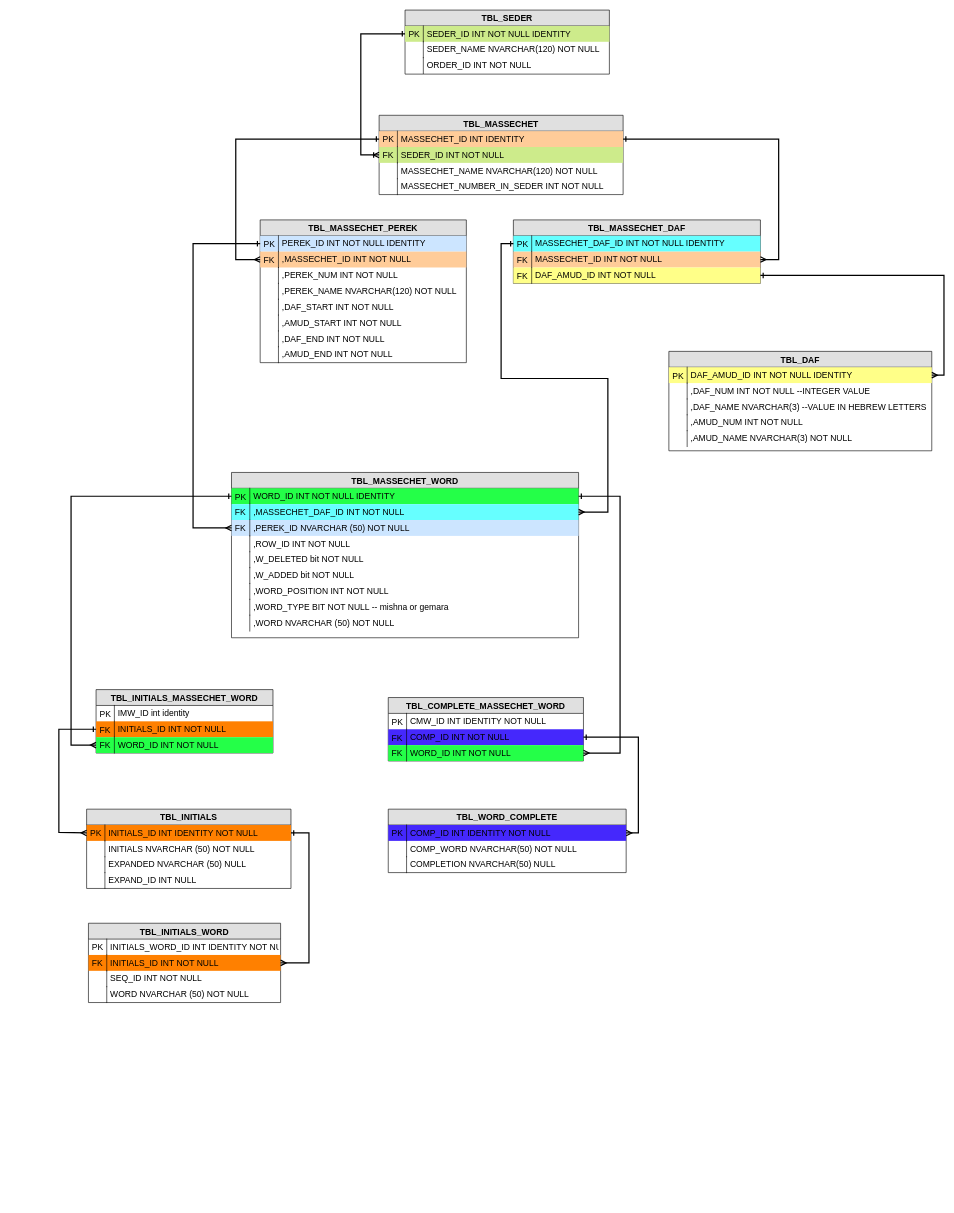
Earlier version of the draw.io diagram database/db_drawings/KimeTsion.drawio (mdanielov/limud-kodesh). Source tidied: cells renumbered, new cells numbered last; positions are measured from the earlier drawing's top-left corner, leaving out a move shared by most shapes. Both pictures are drawn from the tidied source at 61%, with x=0, y=0 at pixel (59, 10).
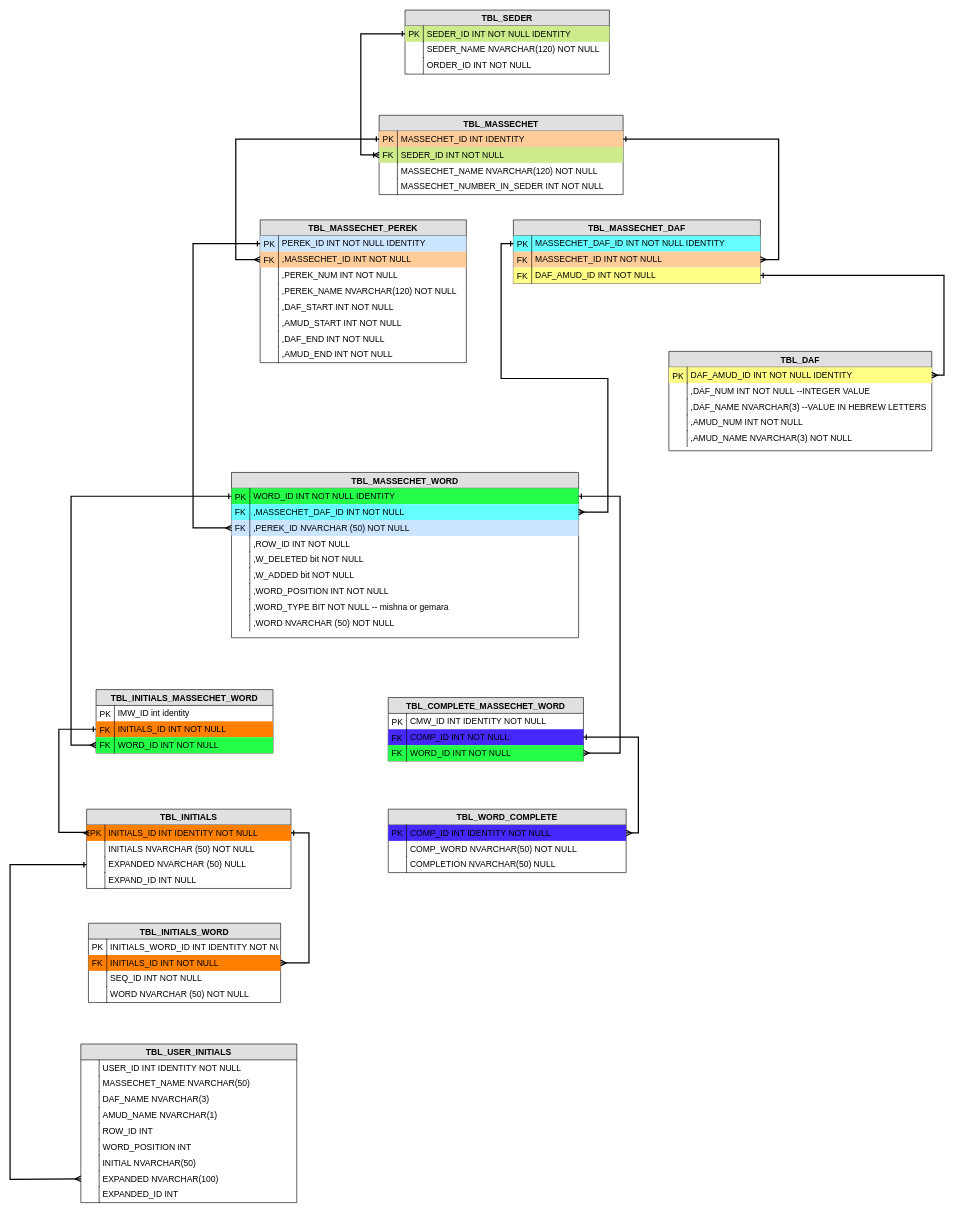
The same diagram, later.

The change refers to these unchanged cells:
```xml
<mxCell id="79" value="INITIALS_ID INT IDENTITY NOT NULL" style="shape=partialRectangle;top=0;left=0;right=0;bottom=0;align=left;verticalAlign=top;spacingTop=-2;fillColor=#FF8000;spacingLeft=34;spacingRight=4;overflow=hidden;points=[[0,0.5],[1,0.5]];portConstraint=eastwest;fontSize=14;strokeColor=#82b366;" parent="78" vertex="1">
  <mxGeometry y="26" width="335" height="26" as="geometry" />
</mxCell>
<mxCell id="83" value="EXPANDED NVARCHAR (50)  NULL" style="shape=partialRectangle;top=0;left=0;right=0;bottom=0;align=left;verticalAlign=top;spacingTop=-2;fillColor=none;spacingLeft=34;spacingRight=4;overflow=hidden;points=[[0,0.5],[1,0.5]];portConstraint=eastwest;fontSize=14;" parent="78" vertex="1">
  <mxGeometry y="78" width="335" height="26" as="geometry" />
</mxCell>
<mxCell id="106" value="INITIALS_ID INT NOT NULL" style="shape=partialRectangle;top=0;left=0;right=0;bottom=0;align=left;verticalAlign=top;spacingTop=-2;fillColor=#FF8000;spacingLeft=34;spacingRight=4;overflow=hidden;points=[[0,0.5],[1,0.5]];portConstraint=eastwest;fontSize=14;strokeColor=#6c8ebf;" parent="103" vertex="1">
  <mxGeometry y="52" width="290" height="26" as="geometry" />
</mxCell>
```

The edit, as a diff of the source:
```diff
@@
-    <mxCell id="118" style="edgeStyle=orthogonalEdgeStyle;rounded=0;jettySize=auto;html=1;exitX=0;exitY=0.5;exitDx=0;exitDy=0;entryX=0;entryY=0.5;entryDx=0;entryDy=0;startArrow=ERone;startFill=0;endArrow=ERmany;endFill=0;strokeWidth=2;" parent="1" edge="1" source="106" target="79">
+    <mxCell id="118" style="edgeStyle=orthogonalEdgeStyle;rounded=0;jettySize=auto;html=1;exitX=0;exitY=0.5;exitDx=0;exitDy=0;startArrow=ERone;startFill=0;endArrow=ERmany;endFill=0;strokeWidth=2;" parent="1" edge="1" source="106">
       <mxGeometry relative="1" as="geometry">
+        <mxPoint x="50" y="1349" as="targetPoint" />
         <Array as="points">
           <mxPoint y="1179" />
           <mxPoint y="1348" />
+          <mxPoint x="45" y="1348" />
         </Array>
       </mxGeometry>
     </mxCell>
@@
+    <mxCell id="122" value="TBL_USER_INITIALS" style="swimlane;fontStyle=1;horizontal=1;startSize=26;fillColor=#e0e0e0;swimlaneFillColor=#ffffff;align=center;fontSize=14;" parent="1" vertex="1">
+      <mxGeometry x="36" y="1695" width="354" height="260" as="geometry" />
+    </mxCell>
+    <mxCell id="123" value="USER_ID INT IDENTITY NOT NULL" style="shape=partialRectangle;top=0;left=0;right=0;bottom=0;align=left;verticalAlign=top;spacingTop=-2;fillColor=none;spacingLeft=34;spacingRight=4;overflow=hidden;fontSize=14;" parent="122" vertex="1">
+      <mxGeometry y="26" width="354" height="26" as="geometry" />
+    </mxCell>
+    <mxCell id="124" style="shape=partialRectangle;top=0;left=0;bottom=0;fillColor=none;align=left;verticalAlign=middle;spacingLeft=4;spacingRight=4;overflow=hidden;fontSize=14;" parent="123" vertex="1">
+      <mxGeometry width="30" height="26" as="geometry" />
+    </mxCell>
+    <mxCell id="125" value="MASSECHET_NAME NVARCHAR(50)" style="shape=partialRectangle;top=0;left=0;right=0;bottom=0;align=left;verticalAlign=top;spacingTop=-2;fillColor=none;spacingLeft=34;spacingRight=4;overflow=hidden;fontSize=14;" parent="122" vertex="1">
+      <mxGeometry y="52" width="354" height="26" as="geometry" />
+    </mxCell>
+    <mxCell id="126" style="shape=partialRectangle;top=0;left=0;bottom=0;fillColor=none;align=left;verticalAlign=middle;spacingLeft=4;spacingRight=4;overflow=hidden;fontSize=14;" parent="125" vertex="1">
+      <mxGeometry width="30" height="26" as="geometry" />
+    </mxCell>
+    <mxCell id="127" value="DAF_NAME NVARCHAR(3)" style="shape=partialRectangle;top=0;left=0;right=0;bottom=0;align=left;verticalAlign=top;spacingTop=-2;fillColor=none;spacingLeft=34;spacingRight=4;overflow=hidden;fontSize=14;" parent="122" vertex="1">
+      <mxGeometry y="78" width="354" height="26" as="geometry" />
+    </mxCell>
+    <mxCell id="128" style="shape=partialRectangle;top=0;left=0;bottom=0;fillColor=none;align=left;verticalAlign=middle;spacingLeft=4;spacingRight=4;overflow=hidden;fontSize=14;" parent="127" vertex="1">
+      <mxGeometry width="30" height="26" as="geometry" />
+    </mxCell>
+    <mxCell id="129" value="AMUD_NAME NVARCHAR(1)" style="shape=partialRectangle;top=0;left=0;right=0;bottom=0;align=left;verticalAlign=top;spacingTop=-2;fillColor=none;spacingLeft=34;spacingRight=4;overflow=hidden;fontSize=14;" parent="122" vertex="1">
+      <mxGeometry y="104" width="354" height="26" as="geometry" />
+    </mxCell>
+    <mxCell id="130" style="shape=partialRectangle;top=0;left=0;bottom=0;fillColor=none;align=left;verticalAlign=middle;spacingLeft=4;spacingRight=4;overflow=hidden;fontSize=14;" parent="129" vertex="1">
+      <mxGeometry width="30" height="26" as="geometry" />
+    </mxCell>
+    <mxCell id="131" value="ROW_ID INT" style="shape=partialRectangle;top=0;left=0;right=0;bottom=0;align=left;verticalAlign=top;spacingTop=-2;fillColor=none;spacingLeft=34;spacingRight=4;overflow=hidden;fontSize=14;" parent="122" vertex="1">
+      <mxGeometry y="130" width="354" height="26" as="geometry" />
+    </mxCell>
+    <mxCell id="132" style="shape=partialRectangle;top=0;left=0;bottom=0;fillColor=none;align=left;verticalAlign=middle;spacingLeft=4;spacingRight=4;overflow=hidden;fontSize=14;" parent="131" vertex="1">
+      <mxGeometry width="30" height="26" as="geometry" />
+    </mxCell>
+    <mxCell id="133" value="WORD_POSITION INT" style="shape=partialRectangle;top=0;left=0;right=0;bottom=0;align=left;verticalAlign=top;spacingTop=-2;fillColor=none;spacingLeft=34;spacingRight=4;overflow=hidden;fontSize=14;" parent="122" vertex="1">
+      <mxGeometry y="156" width="354" height="26" as="geometry" />
+    </mxCell>
+    <mxCell id="134" style="shape=partialRectangle;top=0;left=0;bottom=0;fillColor=none;align=left;verticalAlign=middle;spacingLeft=4;spacingRight=4;overflow=hidden;fontSize=14;" parent="133" vertex="1">
+      <mxGeometry width="30" height="26" as="geometry" />
+    </mxCell>
+    <mxCell id="135" value="INITIAL NVARCHAR(50)" style="shape=partialRectangle;top=0;left=0;right=0;bottom=0;align=left;verticalAlign=top;spacingTop=-2;fillColor=none;spacingLeft=34;spacingRight=4;overflow=hidden;fontSize=14;" parent="122" vertex="1">
+      <mxGeometry y="182" width="354" height="26" as="geometry" />
+    </mxCell>
+    <mxCell id="136" style="shape=partialRectangle;top=0;left=0;bottom=0;fillColor=none;align=left;verticalAlign=middle;spacingLeft=4;spacingRight=4;overflow=hidden;fontSize=14;" parent="135" vertex="1">
+      <mxGeometry width="30" height="26" as="geometry" />
+    </mxCell>
+    <mxCell id="137" value="EXPANDED NVARCHAR(100)" style="shape=partialRectangle;top=0;left=0;right=0;bottom=0;align=left;verticalAlign=top;spacingTop=-2;fillColor=none;spacingLeft=34;spacingRight=4;overflow=hidden;points=[[0,0.5],[1,0.5]];portConstraint=eastwest;fontSize=14;" parent="122" vertex="1">
+      <mxGeometry y="208" width="354" height="26" as="geometry" />
+    </mxCell>
+    <mxCell id="138" style="shape=partialRectangle;top=0;left=0;bottom=0;fillColor=none;align=left;verticalAlign=middle;spacingLeft=4;spacingRight=4;overflow=hidden;fontSize=14;" parent="137" vertex="1">
+      <mxGeometry width="30" height="26" as="geometry" />
+    </mxCell>
+    <mxCell id="139" value="EXPANDED_ID INT" style="shape=partialRectangle;top=0;left=0;right=0;bottom=0;align=left;verticalAlign=top;spacingTop=-2;fillColor=none;spacingLeft=34;spacingRight=4;overflow=hidden;fontSize=14;" parent="122" vertex="1">
+      <mxGeometry y="234" width="354" height="26" as="geometry" />
+    </mxCell>
+    <mxCell id="140" style="shape=partialRectangle;top=0;left=0;bottom=0;fillColor=none;align=left;verticalAlign=middle;spacingLeft=4;spacingRight=4;overflow=hidden;fontSize=14;" parent="139" vertex="1">
+      <mxGeometry width="30" height="26" as="geometry" />
+    </mxCell>
+    <mxCell id="141" style="edgeStyle=orthogonalEdgeStyle;rounded=0;jettySize=auto;html=1;exitX=0;exitY=0.5;exitDx=0;exitDy=0;entryX=0;entryY=0.5;entryDx=0;entryDy=0;fontSize=14;startArrow=ERone;startFill=0;endArrow=ERmany;endFill=0;strokeWidth=2;" parent="1" edge="1" source="83" target="137">
+      <mxGeometry relative="1" as="geometry">
+        <Array as="points">
+          <mxPoint x="-80" y="1401" />
+          <mxPoint x="-80" y="1917" />
+        </Array>
+      </mxGeometry>
+    </mxCell>
```
